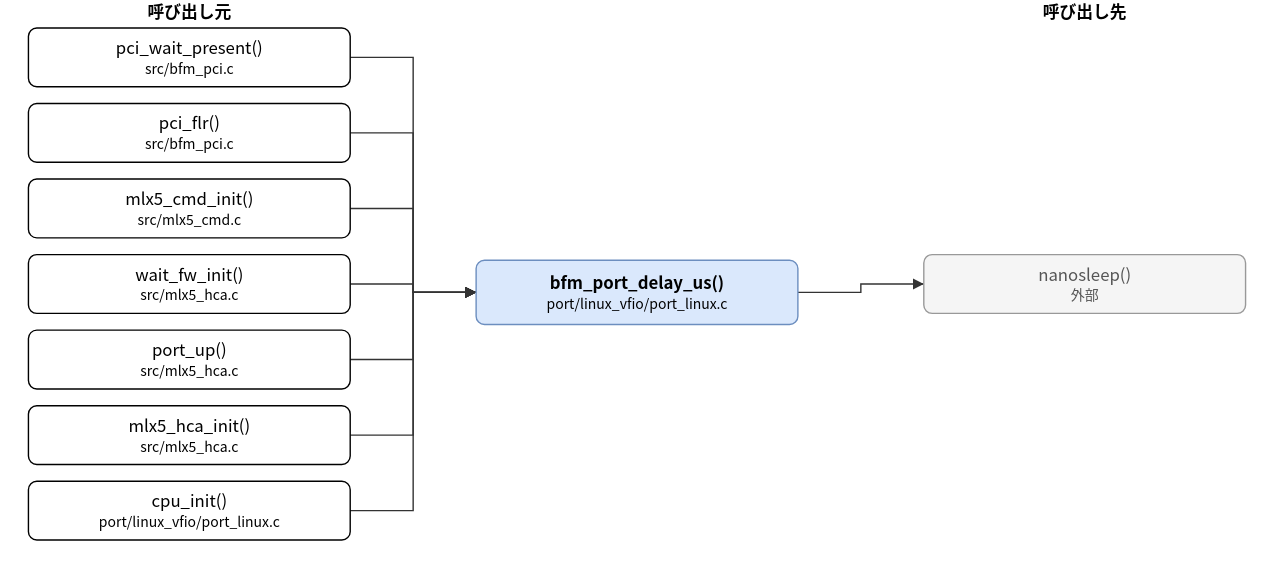
Earlier version of the draw.io export doc/spec/images/call_port_linux_vfio_port_linux-bfm_port_delay_us.drawio.svg (hf355051012-ai/bfmem). Source tidied: cells renumbered, new cells last; positions are measured from the earlier drawing's top-left corner, leaving out a move shared by most shapes.
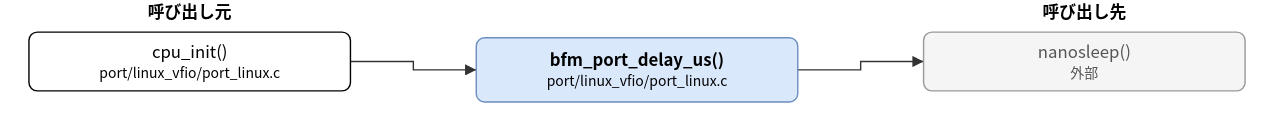
After the change.

Diff of the diagram source:
```diff
@@ -3,96 +3,30 @@
     <mxCell id="0" />
     <mxCell id="1" parent="0" />
     <mxCell id="2" value="bfm_port_delay_us()&lt;br&gt;&lt;font style=&quot;font-size:10px&quot;&gt;port/linux_vfio/port_linux.c&lt;/font&gt;" style="rounded=1;whiteSpace=wrap;html=1;fillColor=#dae8fc;strokeColor=#6c8ebf;fontStyle=1;" parent="1" vertex="1">
-      <mxGeometry x="320" y="186" width="230" height="46" as="geometry" />
+      <mxGeometry x="320" y="27" width="230" height="46" as="geometry" />
     </mxCell>
-    <mxCell id="3" value="pci_wait_present()&lt;br&gt;&lt;font style=&quot;font-size:10px&quot;&gt;src/bfm_pci.c&lt;/font&gt;" style="rounded=1;whiteSpace=wrap;html=1;" parent="1" vertex="1">
-      <mxGeometry y="20" width="230" height="42" as="geometry" />
+    <mxCell id="3" value="cpu_init()&lt;br&gt;&lt;font style=&quot;font-size:10px&quot;&gt;port/linux_vfio/port_linux.c&lt;/font&gt;" style="rounded=1;whiteSpace=wrap;html=1;" parent="1" vertex="1">
+      <mxGeometry y="23" width="230" height="42" as="geometry" />
     </mxCell>
-    <mxCell id="4" value="pci_flr()&lt;br&gt;&lt;font style=&quot;font-size:10px&quot;&gt;src/bfm_pci.c&lt;/font&gt;" style="rounded=1;whiteSpace=wrap;html=1;" parent="1" vertex="1">
-      <mxGeometry y="74" width="230" height="42" as="geometry" />
-    </mxCell>
-    <mxCell id="5" value="mlx5_cmd_init()&lt;br&gt;&lt;font style=&quot;font-size:10px&quot;&gt;src/mlx5_cmd.c&lt;/font&gt;" style="rounded=1;whiteSpace=wrap;html=1;" parent="1" vertex="1">
-      <mxGeometry y="128" width="230" height="42" as="geometry" />
-    </mxCell>
-    <mxCell id="6" value="wait_fw_init()&lt;br&gt;&lt;font style=&quot;font-size:10px&quot;&gt;src/mlx5_hca.c&lt;/font&gt;" style="rounded=1;whiteSpace=wrap;html=1;" parent="1" vertex="1">
-      <mxGeometry y="182" width="230" height="42" as="geometry" />
-    </mxCell>
-    <mxCell id="7" value="port_up()&lt;br&gt;&lt;font style=&quot;font-size:10px&quot;&gt;src/mlx5_hca.c&lt;/font&gt;" style="rounded=1;whiteSpace=wrap;html=1;" parent="1" vertex="1">
-      <mxGeometry y="236" width="230" height="42" as="geometry" />
-    </mxCell>
-    <mxCell id="8" value="mlx5_hca_init()&lt;br&gt;&lt;font style=&quot;font-size:10px&quot;&gt;src/mlx5_hca.c&lt;/font&gt;" style="rounded=1;whiteSpace=wrap;html=1;" parent="1" vertex="1">
-      <mxGeometry y="290" width="230" height="42" as="geometry" />
-    </mxCell>
-    <mxCell id="9" value="cpu_init()&lt;br&gt;&lt;font style=&quot;font-size:10px&quot;&gt;port/linux_vfio/port_linux.c&lt;/font&gt;" style="rounded=1;whiteSpace=wrap;html=1;" parent="1" vertex="1">
-      <mxGeometry y="344" width="230" height="42" as="geometry" />
-    </mxCell>
     <mxCell id="10" value="nanosleep()&lt;br&gt;&lt;font style=&quot;font-size:10px&quot;&gt;外部&lt;/font&gt;" style="rounded=1;whiteSpace=wrap;html=1;fillColor=#f5f5f5;strokeColor=#999999;fontColor=#555555;" parent="1" vertex="1">
-      <mxGeometry x="640" y="182" width="230" height="42" as="geometry" />
+      <mxGeometry x="640" y="23" width="230" height="42" as="geometry" />
     </mxCell>
     <mxCell id="11" style="edgeStyle=none;html=1;rounded=0;endArrow=block;endFill=1;exitX=1.0000;exitY=0.5000;exitDx=0;exitDy=0;exitPerimeter=0;entryX=0.0000;entryY=0.5000;entryDx=0;entryDy=0;entryPerimeter=0;" parent="1" edge="1" source="3" target="2">
       <mxGeometry relative="1" as="geometry">
         <Array as="points">
-          <mxPoint x="275" y="41" />
-          <mxPoint x="275" y="209" />
+          <mxPoint x="275" y="44" />
+          <mxPoint x="275" y="50" />
         </Array>
       </mxGeometry>
     </mxCell>
-    <mxCell id="12" style="edgeStyle=none;html=1;rounded=0;endArrow=block;endFill=1;exitX=1.0000;exitY=0.5000;exitDx=0;exitDy=0;exitPerimeter=0;entryX=0.0000;entryY=0.5000;entryDx=0;entryDy=0;entryPerimeter=0;" parent="1" edge="1" source="4" target="2">
+    <mxCell id="12" style="edgeStyle=none;html=1;rounded=0;endArrow=block;endFill=1;exitX=1.0000;exitY=0.5000;exitDx=0;exitDy=0;exitPerimeter=0;entryX=0.0000;entryY=0.5000;entryDx=0;entryDy=0;entryPerimeter=0;" parent="1" edge="1" source="2" target="10">
       <mxGeometry relative="1" as="geometry">
         <Array as="points">
-          <mxPoint x="275" y="95" />
-          <mxPoint x="275" y="209" />
+          <mxPoint x="595" y="50" />
+          <mxPoint x="595" y="44" />
         </Array>
       </mxGeometry>
     </mxCell>
-    <mxCell id="13" style="edgeStyle=none;html=1;rounded=0;endArrow=block;endFill=1;exitX=1.0000;exitY=0.5000;exitDx=0;exitDy=0;exitPerimeter=0;entryX=0.0000;entryY=0.5000;entryDx=0;entryDy=0;entryPerimeter=0;" parent="1" edge="1" source="5" target="2">
-      <mxGeometry relative="1" as="geometry">
-        <Array as="points">
-          <mxPoint x="275" y="149" />
-          <mxPoint x="275" y="209" />
-        </Array>
-      </mxGeometry>
-    </mxCell>
-    <mxCell id="14" style="edgeStyle=none;html=1;rounded=0;endArrow=block;endFill=1;exitX=1.0000;exitY=0.5000;exitDx=0;exitDy=0;exitPerimeter=0;entryX=0.0000;entryY=0.5000;entryDx=0;entryDy=0;entryPerimeter=0;" parent="1" edge="1" source="6" target="2">
-      <mxGeometry relative="1" as="geometry">
-        <Array as="points">
-          <mxPoint x="275" y="203" />
-          <mxPoint x="275" y="209" />
-        </Array>
-      </mxGeometry>
-    </mxCell>
-    <mxCell id="15" style="edgeStyle=none;html=1;rounded=0;endArrow=block;endFill=1;exitX=1.0000;exitY=0.5000;exitDx=0;exitDy=0;exitPerimeter=0;entryX=0.0000;entryY=0.5000;entryDx=0;entryDy=0;entryPerimeter=0;" parent="1" edge="1" source="7" target="2">
-      <mxGeometry relative="1" as="geometry">
-        <Array as="points">
-          <mxPoint x="275" y="257" />
-          <mxPoint x="275" y="209" />
-        </Array>
-      </mxGeometry>
-    </mxCell>
-    <mxCell id="16" style="edgeStyle=none;html=1;rounded=0;endArrow=block;endFill=1;exitX=1.0000;exitY=0.5000;exitDx=0;exitDy=0;exitPerimeter=0;entryX=0.0000;entryY=0.5000;entryDx=0;entryDy=0;entryPerimeter=0;" parent="1" edge="1" source="8" target="2">
-      <mxGeometry relative="1" as="geometry">
-        <Array as="points">
-          <mxPoint x="275" y="311" />
-          <mxPoint x="275" y="209" />
-        </Array>
-      </mxGeometry>
-    </mxCell>
-    <mxCell id="17" style="edgeStyle=none;html=1;rounded=0;endArrow=block;endFill=1;exitX=1.0000;exitY=0.5000;exitDx=0;exitDy=0;exitPerimeter=0;entryX=0.0000;entryY=0.5000;entryDx=0;entryDy=0;entryPerimeter=0;" parent="1" edge="1" source="9" target="2">
-      <mxGeometry relative="1" as="geometry">
-        <Array as="points">
-          <mxPoint x="275" y="365" />
-          <mxPoint x="275" y="209" />
-        </Array>
-      </mxGeometry>
-    </mxCell>
-    <mxCell id="18" style="edgeStyle=none;html=1;rounded=0;endArrow=block;endFill=1;exitX=1.0000;exitY=0.5000;exitDx=0;exitDy=0;exitPerimeter=0;entryX=0.0000;entryY=0.5000;entryDx=0;entryDy=0;entryPerimeter=0;" parent="1" edge="1" source="2" target="10">
-      <mxGeometry relative="1" as="geometry">
-        <Array as="points">
-          <mxPoint x="595" y="209" />
-          <mxPoint x="595" y="203" />
-        </Array>
-      </mxGeometry>
-    </mxCell>
     <mxCell id="19" value="呼び出し元" style="text;html=1;align=center;fontStyle=1;" parent="1" vertex="1">
       <mxGeometry x="35" width="160" height="18" as="geometry" />
     </mxCell>
```
